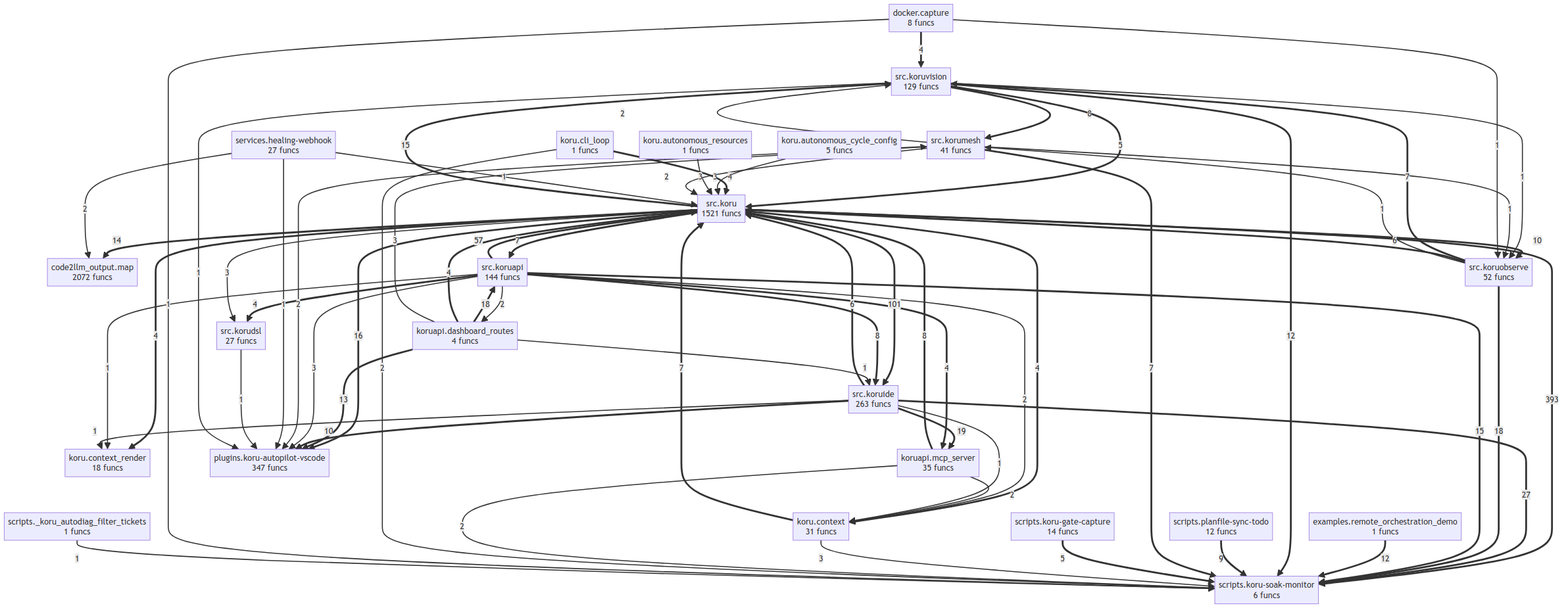
The Mermaid diagram project/compact_flow.png in semcod/koru, before a commit. Its source is kept beside it as project/compact_flow.mmd.
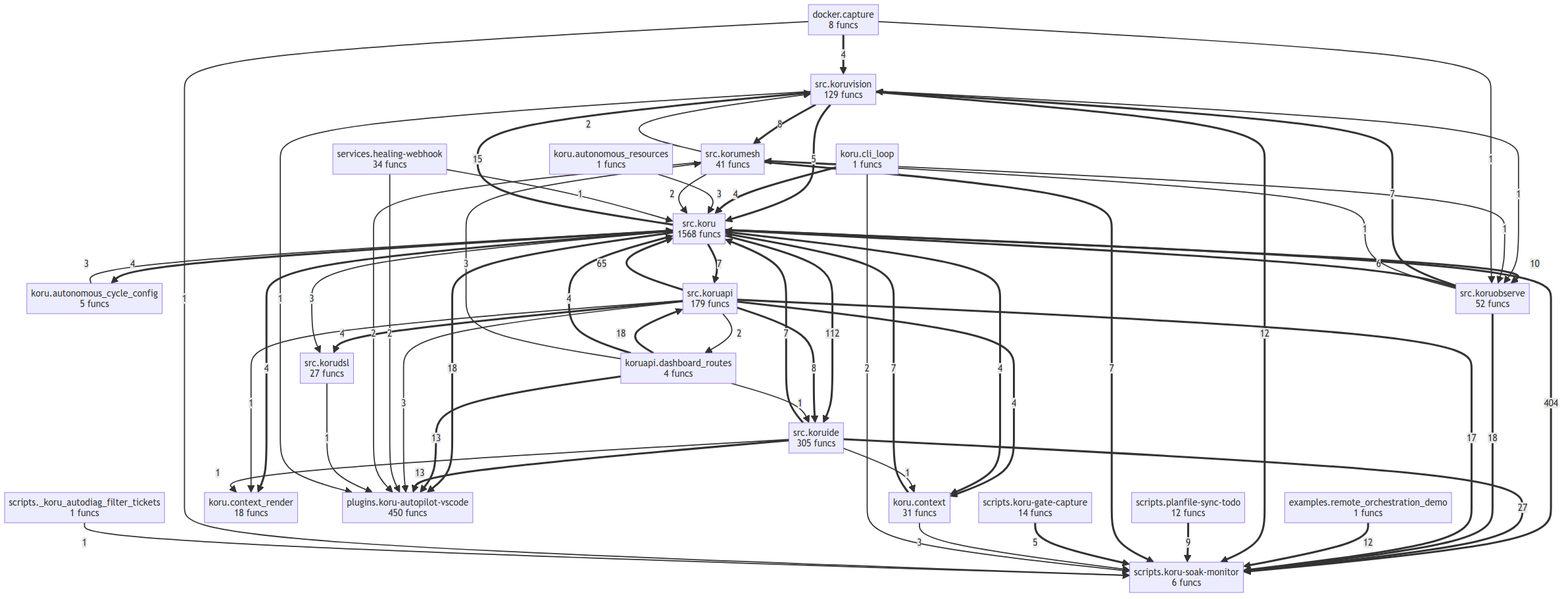
After the commit.

Change to the diagram source:
```diff
@@ -1,5 +1,4 @@
 flowchart TD
-    code2llm_output__map["code2llm_output.map<br/>2072 funcs"]
     docker__capture["docker.capture<br/>8 funcs"]
     examples__remote_orchestration_demo["examples.remote_orchestration_demo<br/>1 funcs"]
     koru__autonomous_cycle_config["koru.autonomous_cycle_config<br/>5 funcs"]
@@ -8,71 +7,64 @@
     koru__context["koru.context<br/>31 funcs"]
     koru__context_render["koru.context_render<br/>18 funcs"]
     koruapi__dashboard_routes["koruapi.dashboard_routes<br/>4 funcs"]
-    koruapi__mcp_server["koruapi.mcp_server<br/>35 funcs"]
-    plugins__koru_autopilot_vscode["plugins.koru-autopilot-vscode<br/>347 funcs"]
+    plugins__koru_autopilot_vscode["plugins.koru-autopilot-vscode<br/>450 funcs"]
     scripts___koru_autodiag_filter_tickets["scripts._koru_autodiag_filter_tickets<br/>1 funcs"]
     scripts__koru_gate_capture["scripts.koru-gate-capture<br/>14 funcs"]
     scripts__koru_soak_monitor["scripts.koru-soak-monitor<br/>6 funcs"]
     scripts__planfile_sync_todo["scripts.planfile-sync-todo<br/>12 funcs"]
-    services__healing_webhook["services.healing-webhook<br/>27 funcs"]
-    src__koru["src.koru<br/>1521 funcs"]
-    src__koruapi["src.koruapi<br/>144 funcs"]
+    services__healing_webhook["services.healing-webhook<br/>34 funcs"]
+    src__koru["src.koru<br/>1568 funcs"]
+    src__koruapi["src.koruapi<br/>179 funcs"]
     src__korudsl["src.korudsl<br/>27 funcs"]
-    src__koruide["src.koruide<br/>263 funcs"]
+    src__koruide["src.koruide<br/>305 funcs"]
     src__korumesh["src.korumesh<br/>41 funcs"]
     src__koruobserve["src.koruobserve<br/>52 funcs"]
     src__koruvision["src.koruvision<br/>129 funcs"]
-    src__koru ==>|393| scripts__koru_soak_monitor
-    src__koru ==>|101| src__koruide
-    src__koruapi ==>|57| src__koru
+    src__koru ==>|404| scripts__koru_soak_monitor
+    src__koru ==>|112| src__koruide
+    src__koruapi ==>|65| src__koru
     src__koruide ==>|27| scripts__koru_soak_monitor
-    src__koruide ==>|19| koruapi__mcp_server
     src__koruobserve ==>|18| scripts__koru_soak_monitor
     koruapi__dashboard_routes ==>|18| src__koruapi
-    src__koru ==>|16| plugins__koru_autopilot_vscode
-    src__koruapi ==>|15| scripts__koru_soak_monitor
+    src__koru ==>|18| plugins__koru_autopilot_vscode
+    src__koruapi ==>|17| scripts__koru_soak_monitor
     src__koru ==>|15| src__koruvision
-    src__koru ==>|14| code2llm_output__map
     koruapi__dashboard_routes ==>|13| plugins__koru_autopilot_vscode
+    src__koruide ==>|13| plugins__koru_autopilot_vscode
     examples__remote_orchestration_demo ==>|12| scripts__koru_soak_monitor
     src__koruvision ==>|12| scripts__koru_soak_monitor
-    src__koruide ==>|10| plugins__koru_autopilot_vscode
     src__koru ==>|10| src__koruobserve
     scripts__planfile_sync_todo ==>|9| scripts__koru_soak_monitor
     src__koruapi ==>|8| src__koruide
-    koruapi__mcp_server ==>|8| src__koru
     src__koruvision ==>|8| src__korumesh
     src__koruobserve ==>|7| src__koruvision
     src__korumesh ==>|7| scripts__koru_soak_monitor
+    src__koruide ==>|7| src__koru
     src__koru ==>|7| src__koruapi
     koru__context ==>|7| src__koru
     src__koruobserve ==>|6| src__koru
-    src__koruide ==>|6| src__koru
     src__koruvision ==>|5| src__koru
     scripts__koru_gate_capture ==>|5| scripts__koru_soak_monitor
-    src__koruapi ==>|4| koruapi__mcp_server
     koruapi__dashboard_routes ==>|4| src__koru
+    src__koruapi ==>|4| koru__context
     src__koruapi ==>|4| src__korudsl
     src__koru ==>|4| koru__context
     src__koru ==>|4| koru__context_render
     koru__cli_loop ==>|4| src__koru
     docker__capture ==>|4| src__koruvision
+    src__koru ==>|4| koru__autonomous_cycle_config
     src__koruapi -->|3| plugins__koru_autopilot_vscode
     koruapi__dashboard_routes -->|3| src__korumesh
+    src__koru -->|3| src__korudsl
     koru__autonomous_cycle_config -->|3| src__koru
     koru__context -->|3| scripts__koru_soak_monitor
-    src__koru -->|3| src__korudsl
     koru__autonomous_resources -->|3| src__koru
-    services__healing_webhook -->|2| code2llm_output__map
-    src__koruapi -->|2| koru__context
+    services__healing_webhook -->|2| plugins__koru_autopilot_vscode
     src__koruapi -->|2| koruapi__dashboard_routes
-    koruapi__mcp_server -->|2| koru__context
-    koruapi__mcp_server -->|2| scripts__koru_soak_monitor
     src__korumesh -->|2| src__koru
     src__korumesh -->|2| src__koruvision
     src__korumesh -->|2| plugins__koru_autopilot_vscode
     koru__cli_loop -->|2| scripts__koru_soak_monitor
-    services__healing_webhook -->|1| plugins__koru_autopilot_vscode
     services__healing_webhook -->|1| src__koru
     src__koruobserve -->|1| src__korumesh
     src__korudsl -->|1| plugins__koru_autopilot_vscode
@@ -81,8 +73,8 @@
     src__koruvision -->|1| plugins__koru_autopilot_vscode
     src__koruvision -->|1| src__koruobserve
     src__korumesh -->|1| src__koruobserve
-    src__koruide -->|1| koru__context_render
-    src__koruide -->|1| koru__context
     docker__capture -->|1| src__koruobserve
     docker__capture -->|1| scripts__koru_soak_monitor
     scripts___koru_autodiag_filter_tickets -->|1| scripts__koru_soak_monitor
+    src__koruide -->|1| koru__context_render
+    src__koruide -->|1| koru__context
```
